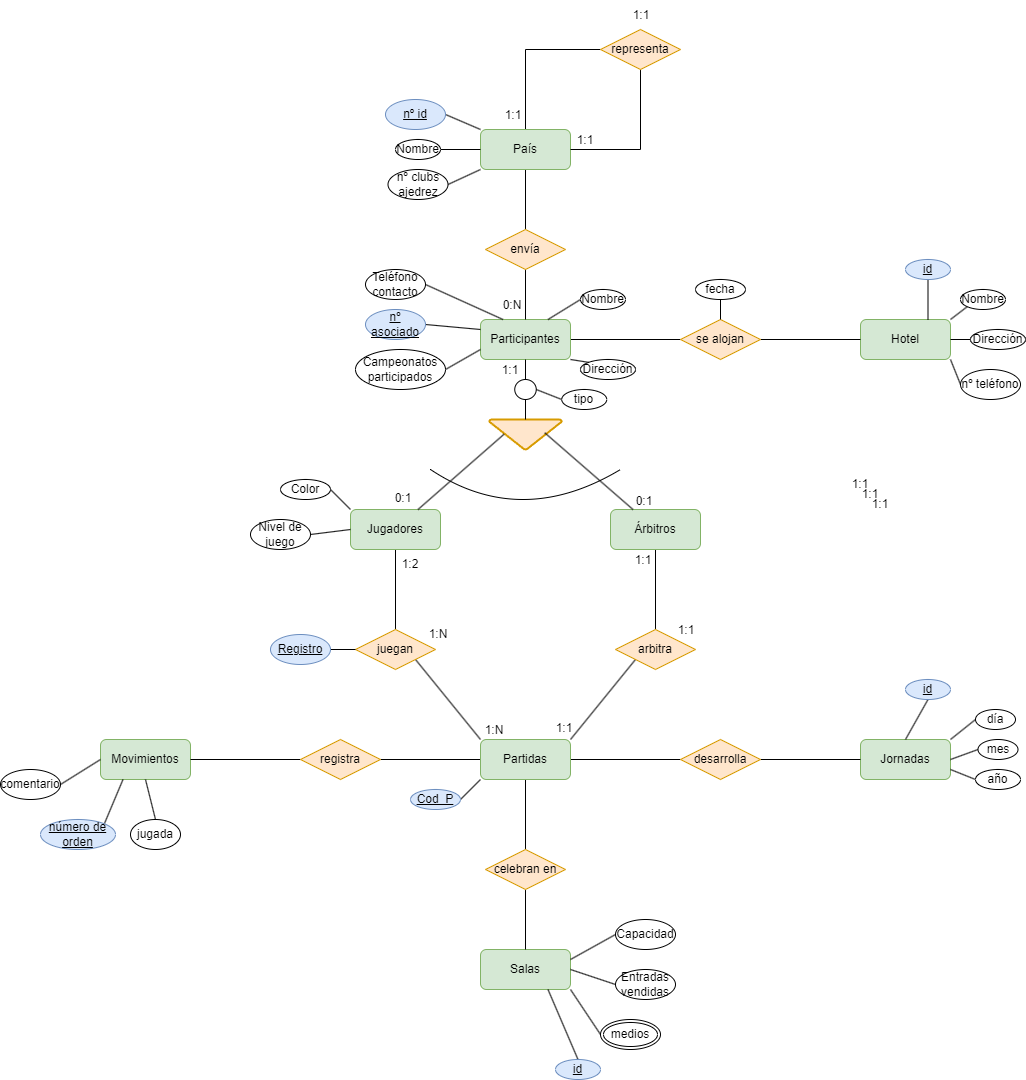
The draw.io diagram Unidad-1/Tareas/Tareas-evaluables/Tarea-evaluable-2/tarea-evaluable-2.drawio.png in LuisMGlez/base-datos, before a commit. Source tidied: cells renumbered, new cells last; positions are measured from the earlier drawing's top-left corner, leaving out a move shared by most shapes.
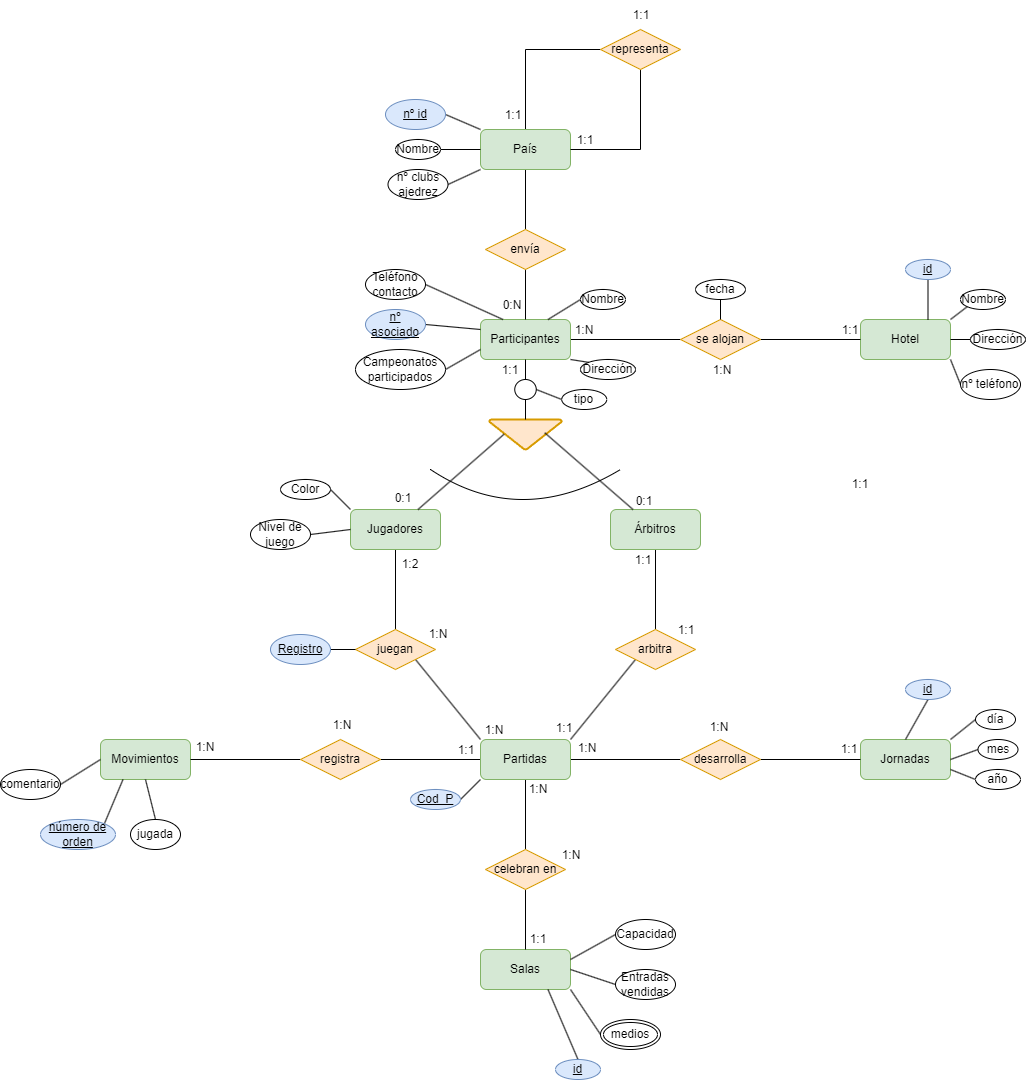
Later version of the same file.

The edit, as a diff of the source:
```diff
@@ -305,8 +305,8 @@
     <mxCell id="100" value="1:1" style="text;strokeColor=none;align=center;fillColor=none;html=1;verticalAlign=middle;whiteSpace=wrap;rounded=0;" parent="1" vertex="1">
       <mxGeometry x="830" y="469" width="60" height="30" as="geometry" />
     </mxCell>
-    <mxCell id="101" value="1:1" style="text;strokeColor=none;align=center;fillColor=none;html=1;verticalAlign=middle;whiteSpace=wrap;rounded=0;" parent="1" vertex="1">
-      <mxGeometry x="840" y="479" width="60" height="30" as="geometry" />
+    <mxCell id="101" value="1:N" style="text;strokeColor=none;align=center;fillColor=none;html=1;verticalAlign=middle;whiteSpace=wrap;rounded=0;" parent="1" vertex="1">
+      <mxGeometry x="553.8" y="315" width="60" height="30" as="geometry" />
     </mxCell>
     <mxCell id="102" value="1:N" style="text;strokeColor=none;align=center;fillColor=none;html=1;verticalAlign=middle;whiteSpace=wrap;rounded=0;" parent="1" vertex="1">
       <mxGeometry x="464" y="715" width="60" height="30" as="geometry" />
@@ -333,7 +333,7 @@
       <mxGeometry x="614" y="486" width="60" height="30" as="geometry" />
     </mxCell>
     <mxCell id="110" value="1:1" style="text;strokeColor=none;align=center;fillColor=none;html=1;verticalAlign=middle;whiteSpace=wrap;rounded=0;" parent="1" vertex="1">
-      <mxGeometry x="850" y="489" width="60" height="30" as="geometry" />
+      <mxGeometry x="820" y="315" width="60" height="30" as="geometry" />
     </mxCell>
     <mxCell id="111" value="1:N" style="text;strokeColor=none;align=center;fillColor=none;html=1;verticalAlign=middle;whiteSpace=wrap;rounded=0;" parent="1" vertex="1">
       <mxGeometry x="408" y="619" width="60" height="30" as="geometry" />
@@ -350,5 +350,35 @@
     <mxCell id="115" value="1:1" style="text;strokeColor=none;align=center;fillColor=none;html=1;verticalAlign=middle;whiteSpace=wrap;rounded=0;" parent="1" vertex="1">
       <mxGeometry x="613" y="545" width="60" height="30" as="geometry" />
     </mxCell>
+    <mxCell id="116" value="1:N" style="text;strokeColor=none;align=center;fillColor=none;html=1;verticalAlign=middle;whiteSpace=wrap;rounded=0;" parent="1" vertex="1">
+      <mxGeometry x="692" y="355" width="60" height="30" as="geometry" />
+    </mxCell>
+    <mxCell id="117" value="1:1" style="text;strokeColor=none;align=center;fillColor=none;html=1;verticalAlign=middle;whiteSpace=wrap;rounded=0;" parent="1" vertex="1">
+      <mxGeometry x="436" y="735" width="60" height="30" as="geometry" />
+    </mxCell>
+    <mxCell id="118" value="1:1" style="text;strokeColor=none;align=center;fillColor=none;html=1;verticalAlign=middle;whiteSpace=wrap;rounded=0;" parent="1" vertex="1">
+      <mxGeometry x="508" y="924" width="60" height="30" as="geometry" />
+    </mxCell>
+    <mxCell id="119" value="1:N" style="text;strokeColor=none;align=center;fillColor=none;html=1;verticalAlign=middle;whiteSpace=wrap;rounded=0;" parent="1" vertex="1">
+      <mxGeometry x="557" y="733" width="60" height="30" as="geometry" />
+    </mxCell>
+    <mxCell id="120" value="1:1" style="text;strokeColor=none;align=center;fillColor=none;html=1;verticalAlign=middle;whiteSpace=wrap;rounded=0;" parent="1" vertex="1">
+      <mxGeometry x="819" y="734" width="60" height="30" as="geometry" />
+    </mxCell>
+    <mxCell id="121" value="1:N" style="text;strokeColor=none;align=center;fillColor=none;html=1;verticalAlign=middle;whiteSpace=wrap;rounded=0;" parent="1" vertex="1">
+      <mxGeometry x="689" y="712" width="60" height="30" as="geometry" />
+    </mxCell>
+    <mxCell id="122" value="1:N" style="text;strokeColor=none;align=center;fillColor=none;html=1;verticalAlign=middle;whiteSpace=wrap;rounded=0;" parent="1" vertex="1">
+      <mxGeometry x="508" y="774" width="60" height="30" as="geometry" />
+    </mxCell>
+    <mxCell id="123" value="1:N" style="text;strokeColor=none;align=center;fillColor=none;html=1;verticalAlign=middle;whiteSpace=wrap;rounded=0;" parent="1" vertex="1">
+      <mxGeometry x="541" y="840" width="60" height="30" as="geometry" />
+    </mxCell>
+    <mxCell id="124" value="1:N" style="text;strokeColor=none;align=center;fillColor=none;html=1;verticalAlign=middle;whiteSpace=wrap;rounded=0;" parent="1" vertex="1">
+      <mxGeometry x="175" y="732" width="60" height="30" as="geometry" />
+    </mxCell>
+    <mxCell id="125" value="1:N" style="text;strokeColor=none;align=center;fillColor=none;html=1;verticalAlign=middle;whiteSpace=wrap;rounded=0;" parent="1" vertex="1">
+      <mxGeometry x="312" y="710" width="60" height="30" as="geometry" />
+    </mxCell>
   </root>
 </mxGraphModel>
```
